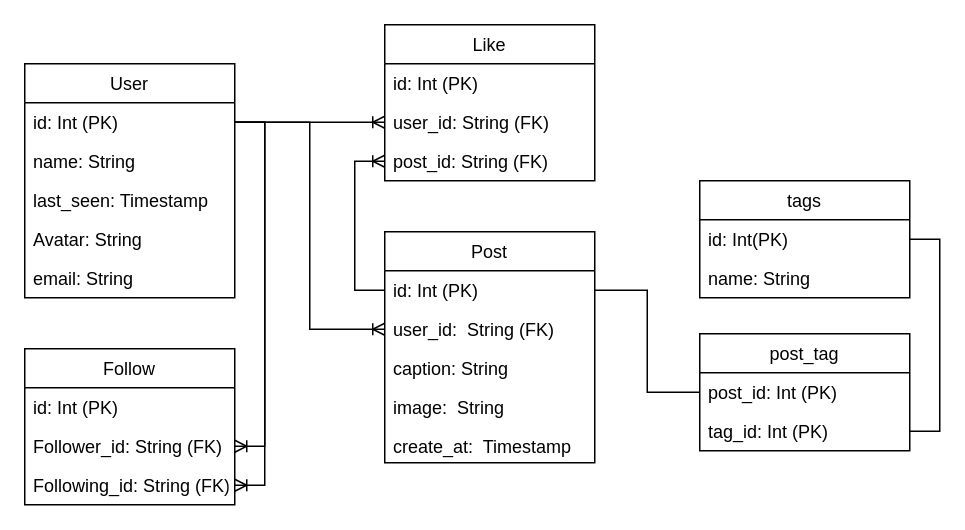
The draw.io diagram er.drawio in uechan9220/Shalust, before the edit. Source tidied: cells renumbered, new cells numbered last; positions are measured from the earlier drawing's top-left corner, leaving out a move shared by most shapes. Both pictures are drawn from the tidied source at 150%, with x=0, y=0 at pixel (24, 24).
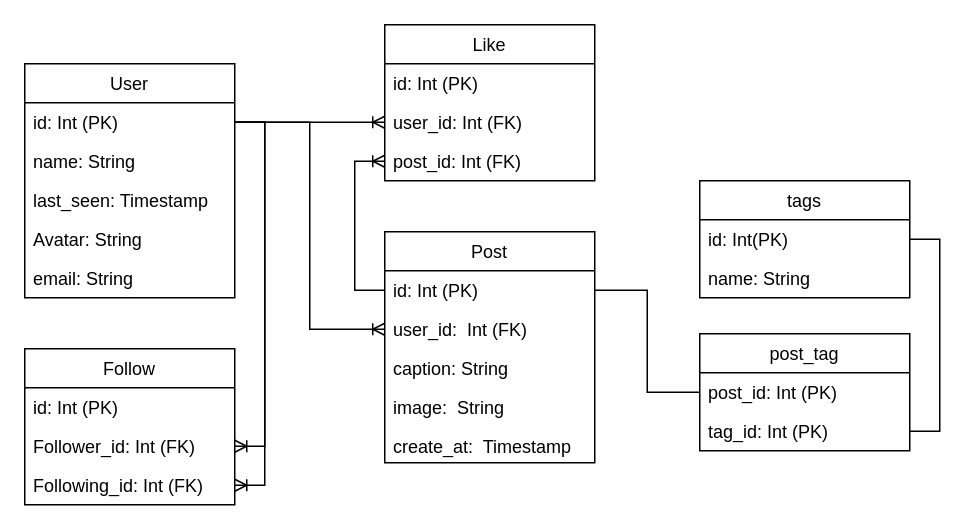
After the change.

The change refers to these unchanged cells:
```xml
<mxCell id="4" value="Follow" style="swimlane;fontStyle=0;horizontal=1;startSize=26;fillColor=none;" parent="1" vertex="1">
  <mxGeometry y="216" width="140" height="104" as="geometry" />
</mxCell>
<mxCell id="10" value="Post" style="swimlane;fontStyle=0;horizontal=1;startSize=26;fillColor=none;" parent="1" vertex="1">
  <mxGeometry x="240" y="138" width="140" height="154" as="geometry" />
</mxCell>
<mxCell id="16" value="Like" style="swimlane;fontStyle=0;horizontal=1;startSize=26;fillColor=none;" parent="1" vertex="1">
  <mxGeometry x="240" width="140" height="104" as="geometry" />
</mxCell>
```

The edit, as a diff of the source:
```diff
@@
-    <mxCell id="6" value="Follower_id: String (FK)" style="text;strokeColor=none;fillColor=none;align=left;verticalAlign=top;spacingLeft=4;spacingRight=4;overflow=hidden;points=[[0,0.5],[1,0.5]];portConstraint=eastwest;" parent="4" vertex="1">
+    <mxCell id="6" value="Follower_id: Int (FK)" style="text;strokeColor=none;fillColor=none;align=left;verticalAlign=top;spacingLeft=4;spacingRight=4;overflow=hidden;points=[[0,0.5],[1,0.5]];portConstraint=eastwest;" parent="4" vertex="1">
       <mxGeometry y="52" width="140" height="26" as="geometry" />
     </mxCell>
-    <mxCell id="7" value="Following_id: String (FK)" style="text;strokeColor=none;fillColor=none;align=left;verticalAlign=top;spacingLeft=4;spacingRight=4;overflow=hidden;points=[[0,0.5],[1,0.5]];portConstraint=eastwest;" parent="4" vertex="1">
+    <mxCell id="7" value="Following_id: Int (FK)" style="text;strokeColor=none;fillColor=none;align=left;verticalAlign=top;spacingLeft=4;spacingRight=4;overflow=hidden;points=[[0,0.5],[1,0.5]];portConstraint=eastwest;" parent="4" vertex="1">
       <mxGeometry y="78" width="140" height="26" as="geometry" />
     </mxCell>
@@
-    <mxCell id="12" value="user_id:  String (FK)" style="text;strokeColor=none;fillColor=none;align=left;verticalAlign=top;spacingLeft=4;spacingRight=4;overflow=hidden;points=[[0,0.5],[1,0.5]];portConstraint=eastwest;" parent="10" vertex="1">
+    <mxCell id="12" value="user_id:  Int (FK)" style="text;strokeColor=none;fillColor=none;align=left;verticalAlign=top;spacingLeft=4;spacingRight=4;overflow=hidden;points=[[0,0.5],[1,0.5]];portConstraint=eastwest;" parent="10" vertex="1">
       <mxGeometry y="52" width="140" height="26" as="geometry" />
     </mxCell>
@@
-    <mxCell id="18" value="user_id: String (FK)" style="text;strokeColor=none;fillColor=none;align=left;verticalAlign=top;spacingLeft=4;spacingRight=4;overflow=hidden;points=[[0,0.5],[1,0.5]];portConstraint=eastwest;" parent="16" vertex="1">
+    <mxCell id="18" value="user_id: Int (FK)" style="text;strokeColor=none;fillColor=none;align=left;verticalAlign=top;spacingLeft=4;spacingRight=4;overflow=hidden;points=[[0,0.5],[1,0.5]];portConstraint=eastwest;" parent="16" vertex="1">
       <mxGeometry y="52" width="140" height="26" as="geometry" />
     </mxCell>
-    <mxCell id="19" value="post_id: String (FK)" style="text;strokeColor=none;fillColor=none;align=left;verticalAlign=top;spacingLeft=4;spacingRight=4;overflow=hidden;points=[[0,0.5],[1,0.5]];portConstraint=eastwest;" parent="16" vertex="1">
+    <mxCell id="19" value="post_id: Int (FK)" style="text;strokeColor=none;fillColor=none;align=left;verticalAlign=top;spacingLeft=4;spacingRight=4;overflow=hidden;points=[[0,0.5],[1,0.5]];portConstraint=eastwest;" parent="16" vertex="1">
       <mxGeometry y="78" width="140" height="26" as="geometry" />
     </mxCell>
```
